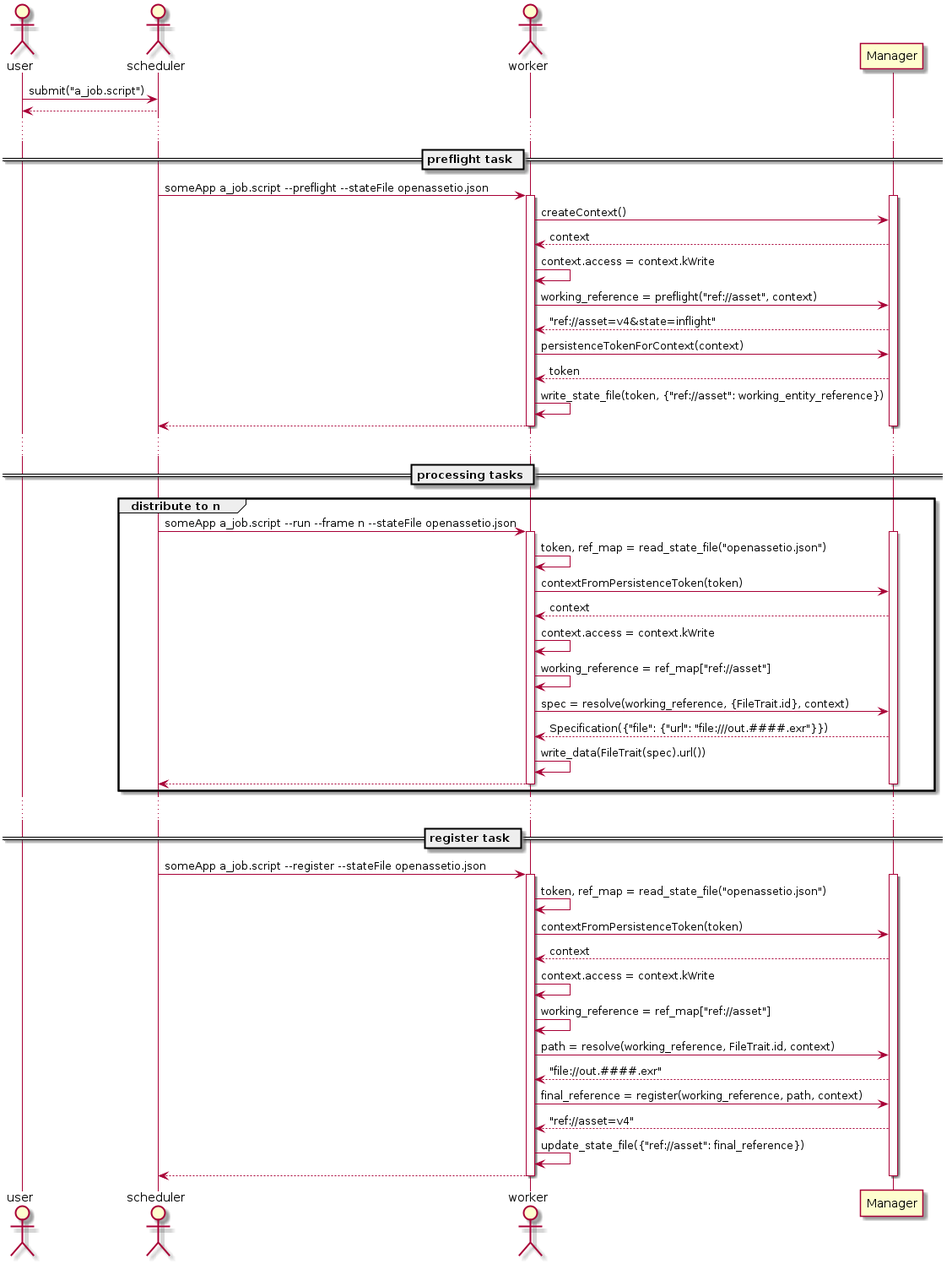
Before: docs/inline_umlgraph_3.png, a diagram exported from PlantUML (OpenAssetIO/OpenAssetIO). Source of this version:
```plantuml
@startuml
actor user
actor scheduler
actor worker
user -> scheduler : submit("a_job.script")
scheduler --> user :
...
== preflight task ==
scheduler -> worker : someApp a_job.script ~--preflight --stateFile openassetio.json
activate worker
activate Manager
worker -> Manager : createContext()
Manager --> worker : context
worker -> worker : context.access = context.kWrite
worker -> Manager : working_reference = preflight("ref://asset", context)
Manager --> worker : "ref://asset=v4&state=inflight"
worker -> Manager : persistenceTokenForContext(context)
Manager --> worker : token
worker -> worker : write_state_file(token, {"ref://asset": working_entity_reference})
worker --> scheduler
deactivate Manager
deactivate worker
...
== processing tasks ==
group distribute to n
    scheduler -> worker : someApp a_job.script ~--run ~--frame n --stateFile openassetio.json
    activate worker
    activate Manager
    worker -> worker : token, ref_map = read_state_file("openassetio.json")
    worker -> Manager : contextFromPersistenceToken(token)
    Manager --> worker : context
    worker -> worker : context.access = context.kWrite
    worker -> worker : working_reference = ref_map["ref://asset"]
    worker -> Manager : spec = resolve(working_reference, {FileTrait.id}, context)
    Manager --> worker : Specification({"file": {"url": "file:///out.####.exr"}})
    worker -> worker : write_data(FileTrait(spec).url())
    worker --> scheduler
    deactivate Manager
    deactivate worker
end
...
== register task ==
scheduler -> worker : someApp a_job.script ~--register --stateFile openassetio.json
activate worker
activate Manager
worker -> worker : token, ref_map = read_state_file("openassetio.json")
worker -> Manager : contextFromPersistenceToken(token)
Manager --> worker : context
worker -> worker : context.access = context.kWrite
worker -> worker : working_reference = ref_map["ref://asset"]
worker -> Manager : path = resolve(working_reference, FileTrait.id, context)
Manager --> worker : "file://out.####.exr"
worker -> Manager : final_reference = register(working_reference, path, context)
Manager --> worker : "ref://asset=v4"
worker -> worker : update_state_file({"ref://asset": final_reference})
worker --> scheduler
deactivate Manager
deactivate worker
@enduml
```
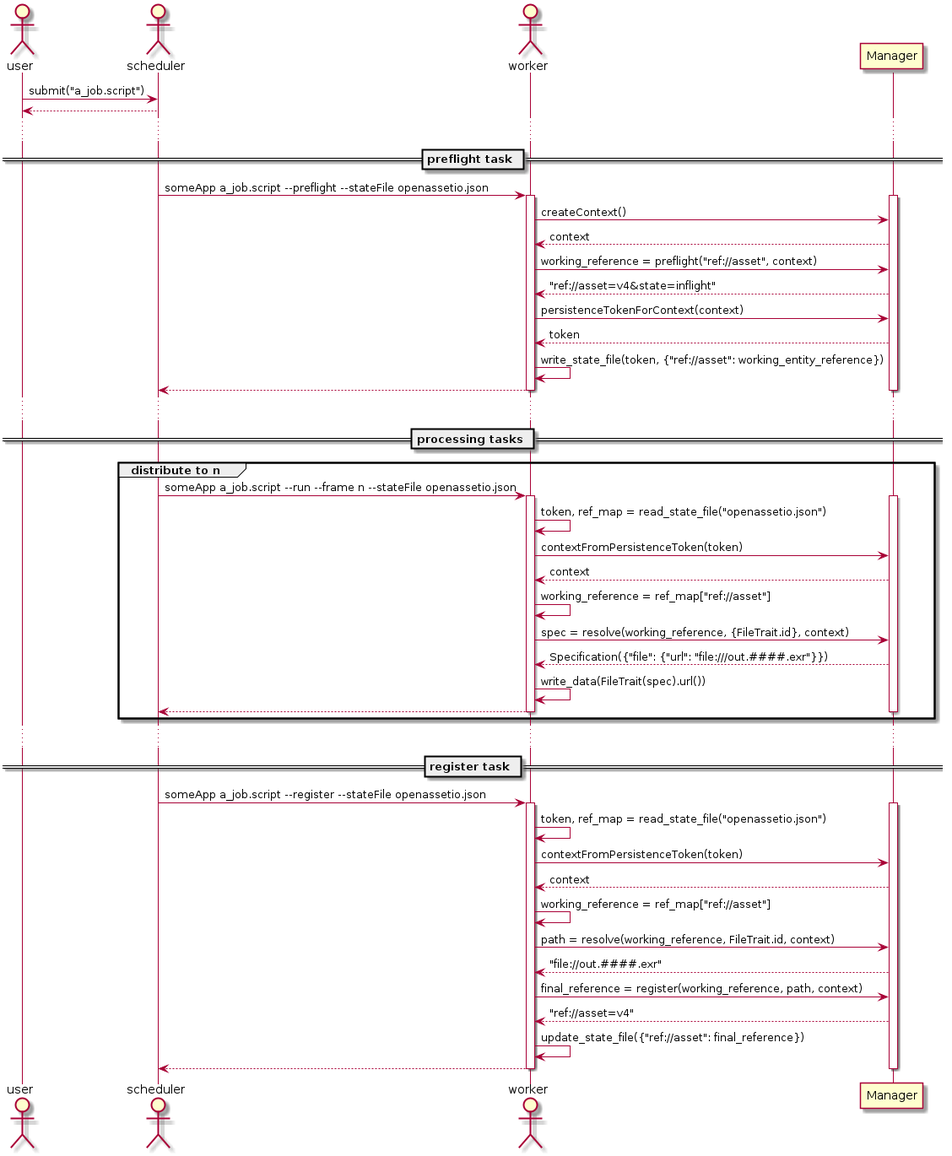
After the commit.

What changed in the source:
```diff
@@ -11,7 +11,6 @@
 activate Manager
 worker -> Manager : createContext()
 Manager --> worker : context
-worker -> worker : context.access = context.kWrite
 worker -> Manager : working_reference = preflight("ref://asset", context)
 Manager --> worker : "ref://asset=v4&state=inflight"
 worker -> Manager : persistenceTokenForContext(context)
@@ -29,7 +28,6 @@
     worker -> worker : token, ref_map = read_state_file("openassetio.json")
     worker -> Manager : contextFromPersistenceToken(token)
     Manager --> worker : context
-    worker -> worker : context.access = context.kWrite
     worker -> worker : working_reference = ref_map["ref://asset"]
     worker -> Manager : spec = resolve(working_reference, {FileTrait.id}, context)
     Manager --> worker : Specification({"file": {"url": "file:///out.####.exr"}})
@@ -46,7 +44,6 @@
 worker -> worker : token, ref_map = read_state_file("openassetio.json")
 worker -> Manager : contextFromPersistenceToken(token)
 Manager --> worker : context
-worker -> worker : context.access = context.kWrite
 worker -> worker : working_reference = ref_map["ref://asset"]
 worker -> Manager : path = resolve(working_reference, FileTrait.id, context)
 Manager --> worker : "file://out.####.exr"
```
